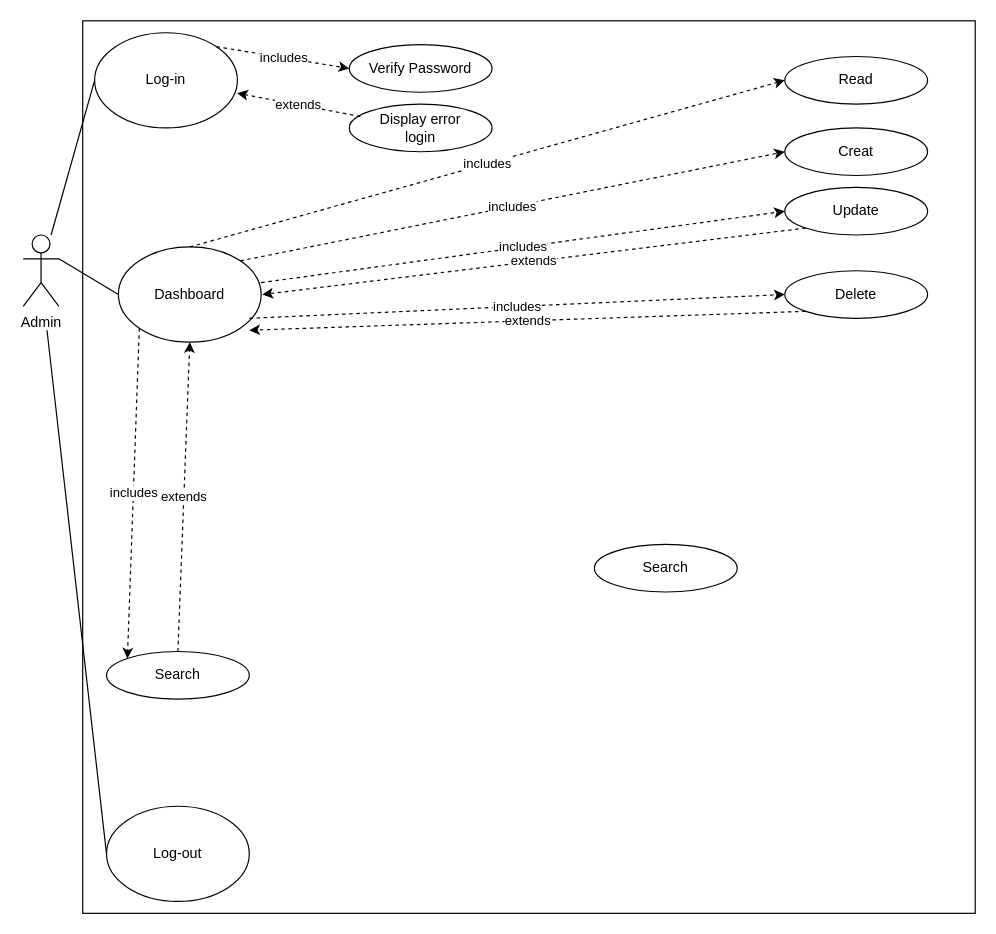
Before: Conceptions/UML/UseCase.drawio in JAMALEEY/Application-de-gestion-d-cole-BETA, a draw.io diagram. Source tidied: cells renumbered, new cells numbered last; positions are measured from the earlier drawing's top-left corner, leaving out a move shared by most shapes. Both pictures are drawn from the tidied source at 119%, with x=0, y=0 at pixel (23, 20).
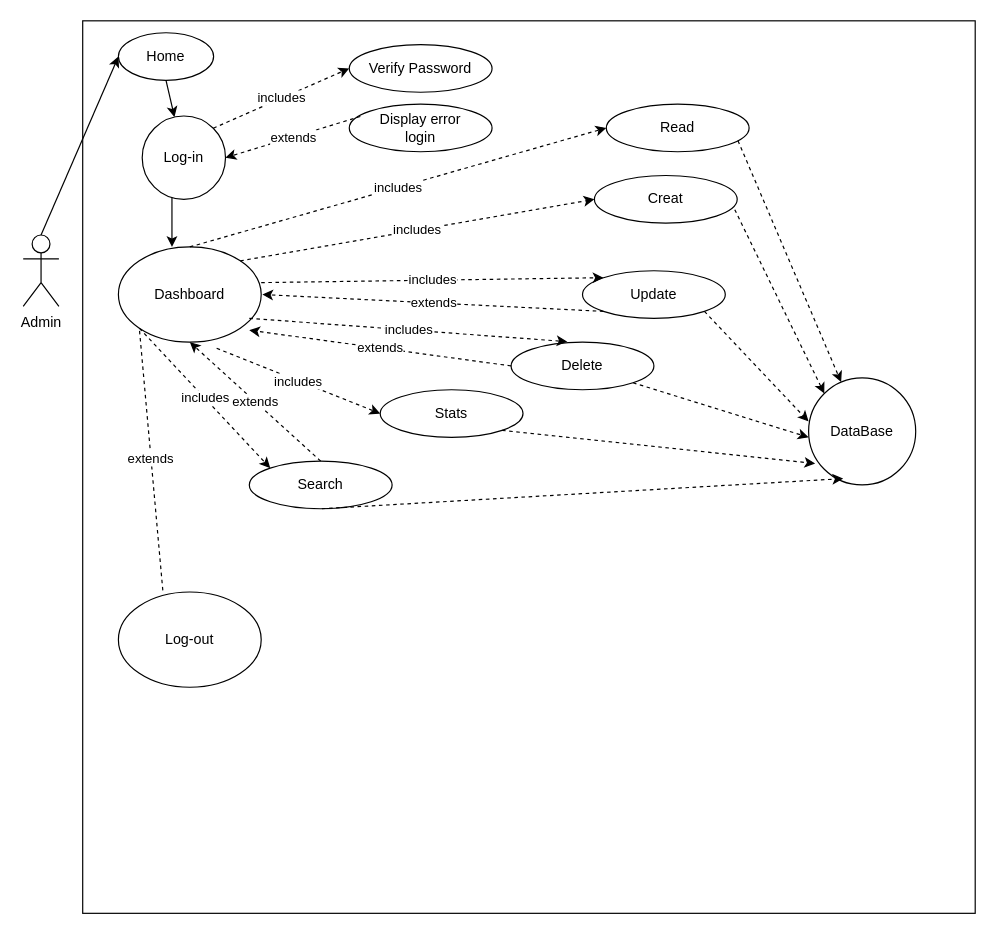
The same diagram, later.

Commit message:
End UseCase

The change refers to these unchanged cells:
```xml
<mxCell id="2" value="Admin" style="shape=umlActor;verticalLabelPosition=bottom;verticalAlign=top;html=1;outlineConnect=0;" parent="1" vertex="1">
  <mxGeometry y="180" width="30" height="60" as="geometry" />
</mxCell>
<mxCell id="9" value="Dashboard" style="ellipse;whiteSpace=wrap;html=1;" parent="1" vertex="1">
  <mxGeometry x="80" y="190" width="120" height="80" as="geometry" />
</mxCell>
```

Diff of the diagram source:
```diff
@@
+    <mxCell id="28" style="edgeStyle=orthogonalEdgeStyle;rounded=0;jettySize=auto;html=1;exitX=0.5;exitY=1;exitDx=0;exitDy=0;entryX=0.375;entryY=0;entryDx=0;entryDy=0;entryPerimeter=0;" parent="1" edge="1" source="4" target="9">
+      <mxGeometry relative="1" as="geometry">
+        <Array as="points">
+          <mxPoint x="125" y="90" />
+        </Array>
+      </mxGeometry>
+    </mxCell>
     <mxCell id="4" value="Log-in" style="ellipse;whiteSpace=wrap;html=1;" parent="1" vertex="1">
-      <mxGeometry x="60" y="10" width="120" height="80" as="geometry" />
+      <mxGeometry x="100" y="80" width="70" height="70" as="geometry" />
     </mxCell>
@@
-    <mxCell id="7" value="extends" style="endArrow=classic;html=1;dashed=1;" parent="1" edge="1">
+    <mxCell id="7" value="extends" style="endArrow=classic;html=1;dashed=1;entryX=1;entryY=0.5;entryDx=0;entryDy=0;" parent="1" edge="1" target="4">
       <mxGeometry relative="1" as="geometry">
         <mxPoint x="283.3" y="80.4" as="sourcePoint" />
-        <mxPoint x="179.8" y="60.8" as="targetPoint" />
       </mxGeometry>
     </mxCell>
-    <mxCell id="8" style="endArrow=none;html=1;entryX=0;entryY=0.5;entryDx=0;entryDy=0;" parent="1" edge="1" source="2" target="4">
-      <mxGeometry relative="1" as="geometry" />
-    </mxCell>
@@
-    <mxCell id="10" style="endArrow=none;html=1;entryX=0;entryY=0.5;entryDx=0;entryDy=0;exitX=1;exitY=0.3333333333333333;exitDx=0;exitDy=0;exitPerimeter=0;" parent="1" edge="1" source="2" target="9">
-      <mxGeometry relative="1" as="geometry" />
-    </mxCell>
@@
     <mxCell id="12" value="Delete" style="ellipse;whiteSpace=wrap;html=1;" parent="1" vertex="1">
-      <mxGeometry x="640" y="210" width="120" height="40" as="geometry" />
+      <mxGeometry x="410" y="270" width="120" height="40" as="geometry" />
     </mxCell>
     <mxCell id="13" value="Log-out" style="ellipse;whiteSpace=wrap;html=1;" parent="1" vertex="1">
-      <mxGeometry x="70" y="660" width="120" height="80" as="geometry" />
+      <mxGeometry x="80" y="480" width="120" height="80" as="geometry" />
     </mxCell>
-    <mxCell id="14" style="endArrow=none;html=1;entryX=0;entryY=0.5;entryDx=0;entryDy=0;" parent="1" edge="1" target="13">
-      <mxGeometry relative="1" as="geometry">
-        <mxPoint x="20" y="260" as="sourcePoint" />
-      </mxGeometry>
-    </mxCell>
@@
     <mxCell id="16" value="Read" style="ellipse;whiteSpace=wrap;html=1;" parent="1" vertex="1">
-      <mxGeometry x="640" y="30" width="120" height="40" as="geometry" />
+      <mxGeometry x="490" y="70" width="120" height="40" as="geometry" />
     </mxCell>
-    <mxCell id="17" value="includes" style="endArrow=classic;html=1;dashed=1;entryX=0;entryY=0.5;entryDx=0;entryDy=0;" parent="1" edge="1" target="12">
+    <mxCell id="17" value="includes" style="endArrow=classic;html=1;dashed=1;entryX=0.394;entryY=-0.01;entryDx=0;entryDy=0;entryPerimeter=0;" parent="1" edge="1" target="12">
       <mxGeometry relative="1" as="geometry">
         <mxPoint x="190" y="250" as="sourcePoint" />
       </mxGeometry>
     </mxCell>
     <mxCell id="18" value="Creat" style="ellipse;whiteSpace=wrap;html=1;" parent="1" vertex="1">
-      <mxGeometry x="640" y="90" width="120" height="40" as="geometry" />
+      <mxGeometry x="480" y="130" width="120" height="40" as="geometry" />
     </mxCell>
@@
-    <mxCell id="20" value="extends" style="endArrow=classic;html=1;dashed=1;exitX=0;exitY=1;exitDx=0;exitDy=0;" parent="1" edge="1" source="12">
+    <mxCell id="20" value="extends" style="endArrow=classic;html=1;dashed=1;exitX=0;exitY=0.5;exitDx=0;exitDy=0;" parent="1" edge="1" source="12">
       <mxGeometry relative="1" as="geometry">
         <mxPoint x="190" y="260" as="targetPoint" />
       </mxGeometry>
     </mxCell>
     <mxCell id="21" value="Update" style="ellipse;whiteSpace=wrap;html=1;" parent="1" vertex="1">
-      <mxGeometry x="640" y="140" width="120" height="40" as="geometry" />
+      <mxGeometry x="470" y="210" width="120" height="40" as="geometry" />
     </mxCell>
-    <mxCell id="22" value="includes" style="endArrow=classic;html=1;dashed=1;" parent="1" edge="1">
+    <mxCell id="22" value="includes" style="endArrow=classic;html=1;dashed=1;entryX=0;entryY=0;entryDx=0;entryDy=0;" parent="1" edge="1" target="21">
       <mxGeometry relative="1" as="geometry">
         <mxPoint x="200" y="220" as="sourcePoint" />
-        <mxPoint x="640" y="160" as="targetPoint" />
       </mxGeometry>
     </mxCell>
@@
     <mxCell id="24" value="Search" style="ellipse;whiteSpace=wrap;html=1;" parent="1" vertex="1">
-      <mxGeometry x="70" y="530" width="120" height="40" as="geometry" />
+      <mxGeometry x="190" y="370" width="120" height="40" as="geometry" />
     </mxCell>
@@
-    <mxCell id="27" value="Search" style="ellipse;whiteSpace=wrap;html=1;" parent="1" vertex="1">
-      <mxGeometry x="480" y="440" width="120" height="40" as="geometry" />
+    <mxCell id="27" value="Stats" style="ellipse;whiteSpace=wrap;html=1;" parent="1" vertex="1">
+      <mxGeometry x="300" y="310" width="120" height="40" as="geometry" />
     </mxCell>
+    <mxCell id="29" value="includes" style="endArrow=classic;html=1;exitX=0.688;exitY=1.065;exitDx=0;exitDy=0;dashed=1;entryX=0;entryY=0.5;entryDx=0;entryDy=0;exitPerimeter=0;" parent="1" edge="1" source="9" target="27">
+      <mxGeometry relative="1" as="geometry" />
+    </mxCell>
+    <mxCell id="30" style="endArrow=classic;html=1;exitX=0.5;exitY=0;exitDx=0;exitDy=0;exitPerimeter=0;entryX=0;entryY=0.5;entryDx=0;entryDy=0;" parent="1" edge="1" source="2" target="31">
+      <mxGeometry relative="1" as="geometry" />
+    </mxCell>
+    <mxCell id="31" value="Home" style="ellipse;whiteSpace=wrap;html=1;" parent="1" vertex="1">
+      <mxGeometry x="80" y="10" width="80" height="40" as="geometry" />
+    </mxCell>
+    <mxCell id="32" style="endArrow=classic;html=1;exitX=0.5;exitY=1;exitDx=0;exitDy=0;" parent="1" edge="1" source="31" target="4">
+      <mxGeometry relative="1" as="geometry" />
+    </mxCell>
+    <mxCell id="33" style="endArrow=classic;html=1;exitX=0.922;exitY=0.767;exitDx=0;exitDy=0;exitPerimeter=0;dashed=1;" parent="1" edge="1" source="16" target="34">
+      <mxGeometry relative="1" as="geometry" />
+    </mxCell>
+    <mxCell id="34" value="DataBase" style="ellipse;whiteSpace=wrap;html=1;" parent="1" vertex="1">
+      <mxGeometry x="660" y="300" width="90" height="90" as="geometry" />
+    </mxCell>
+    <mxCell id="35" style="endArrow=classic;html=1;entryX=0;entryY=0;entryDx=0;entryDy=0;exitX=0.983;exitY=0.717;exitDx=0;exitDy=0;exitPerimeter=0;dashed=1;" parent="1" edge="1" source="18" target="34">
+      <mxGeometry relative="1" as="geometry" />
+    </mxCell>
+    <mxCell id="36" style="endArrow=classic;html=1;exitX=1;exitY=1;exitDx=0;exitDy=0;entryX=0;entryY=0.408;entryDx=0;entryDy=0;entryPerimeter=0;dashed=1;" parent="1" edge="1" source="21" target="34">
+      <mxGeometry relative="1" as="geometry" />
+    </mxCell>
+    <mxCell id="37" style="endArrow=classic;html=1;exitX=1;exitY=1;exitDx=0;exitDy=0;dashed=1;" parent="1" edge="1" source="12">
+      <mxGeometry relative="1" as="geometry">
+        <mxPoint x="660" y="350" as="targetPoint" />
+      </mxGeometry>
+    </mxCell>
+    <mxCell id="38" style="endArrow=classic;html=1;entryX=0.061;entryY=0.8;entryDx=0;entryDy=0;entryPerimeter=0;exitX=1;exitY=1;exitDx=0;exitDy=0;dashed=1;" parent="1" edge="1" source="27" target="34">
+      <mxGeometry relative="1" as="geometry" />
+    </mxCell>
+    <mxCell id="39" style="endArrow=classic;html=1;entryX=0.311;entryY=0.941;entryDx=0;entryDy=0;entryPerimeter=0;exitX=0.5;exitY=1;exitDx=0;exitDy=0;dashed=1;strokeWidth=1;" parent="1" edge="1">
+      <mxGeometry relative="1" as="geometry">
+        <mxPoint x="251" y="410" as="sourcePoint" />
+        <mxPoint x="689" y="384.7" as="targetPoint" />
+      </mxGeometry>
+    </mxCell>
+    <mxCell id="40" value="extends&lt;br&gt;" style="endArrow=none;html=1;dashed=1;strokeWidth=1;entryX=0;entryY=1;entryDx=0;entryDy=0;exitX=0.311;exitY=-0.017;exitDx=0;exitDy=0;exitPerimeter=0;endFill=0;" parent="1" edge="1" source="13" target="9">
+      <mxGeometry relative="1" as="geometry" />
+    </mxCell>
```
